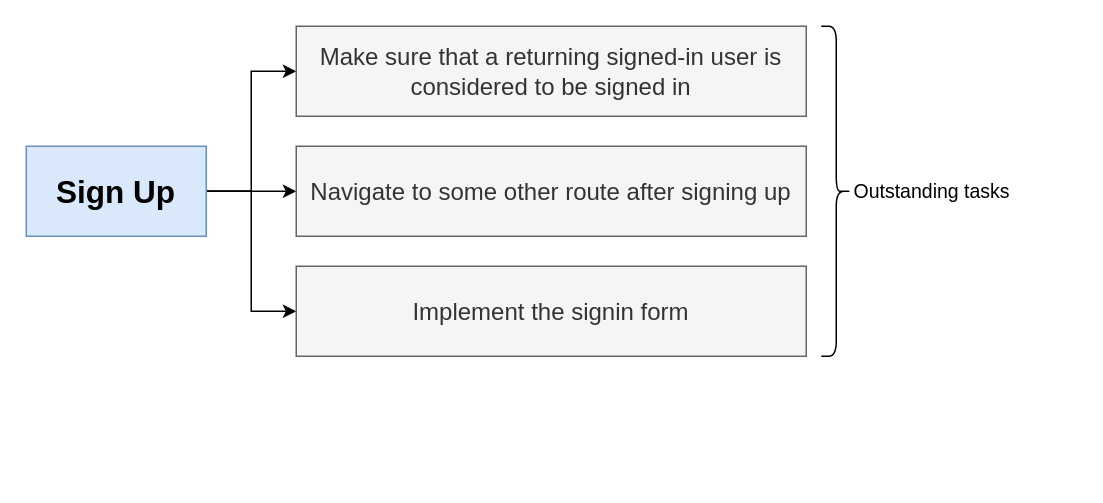
Before: page "21 - dir" (22 of 25) of diagrams/auth/diagrams.drawio in StephenGrider/ng-casts, a draw.io diagram. Source tidied: cells renumbered, new cells numbered last; positions are measured from the earlier drawing's top-left corner, leaving out a move shared by most shapes. Both pictures are drawn from the tidied source at 150%, with x=0, y=0 at pixel (26, 26).
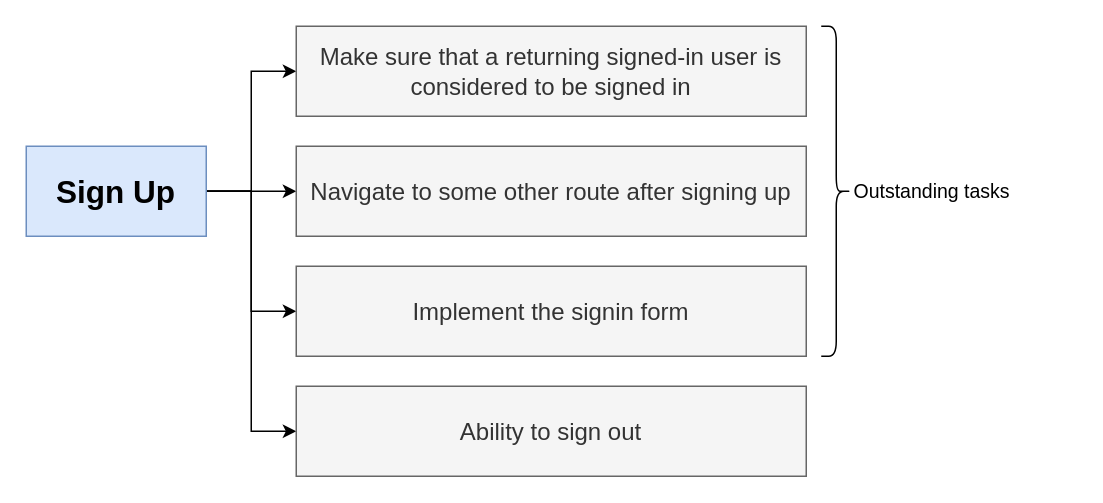
The same page after the edit.

Diff of the diagram source:
```diff
@@
 <mxGraphModel>
   <root>
     <mxCell id="0" />
     <mxCell id="1" parent="0" />
     <mxCell id="2" style="edgeStyle=orthogonalEdgeStyle;rounded=0;jettySize=auto;html=1;exitX=1;exitY=0.5;exitDx=0;exitDy=0;fontSize=16;" parent="1" edge="1" source="5" target="6">
       <mxGeometry relative="1" as="geometry" />
     </mxCell>
     <mxCell id="3" style="edgeStyle=orthogonalEdgeStyle;rounded=0;jettySize=auto;html=1;exitX=1;exitY=0.5;exitDx=0;exitDy=0;entryX=0;entryY=0.5;entryDx=0;entryDy=0;fontSize=16;" parent="1" edge="1" source="5" target="7">
       <mxGeometry relative="1" as="geometry" />
     </mxCell>
     <mxCell id="4" style="edgeStyle=orthogonalEdgeStyle;rounded=0;jettySize=auto;html=1;exitX=1;exitY=0.5;exitDx=0;exitDy=0;entryX=0;entryY=0.5;entryDx=0;entryDy=0;fontSize=16;" parent="1" edge="1" source="5" target="8">
       <mxGeometry relative="1" as="geometry" />
     </mxCell>
+    <mxCell id="11" style="edgeStyle=orthogonalEdgeStyle;rounded=0;jettySize=auto;html=1;exitX=1;exitY=0.5;exitDx=0;exitDy=0;entryX=0;entryY=0.5;entryDx=0;entryDy=0;fontSize=14;" parent="1" edge="1" source="5" target="12">
+      <mxGeometry relative="1" as="geometry" />
+    </mxCell>
     <mxCell id="5" value="Sign Up" style="rounded=0;whiteSpace=wrap;html=1;fontSize=21;align=center;fillColor=#dae8fc;strokeColor=#6c8ebf;fontStyle=1;" parent="1" vertex="1">
       <mxGeometry y="80" width="120" height="60" as="geometry" />
     </mxCell>
     <mxCell id="6" value="Navigate to some other route after signing up" style="rounded=0;whiteSpace=wrap;html=1;fontSize=16;align=center;fillColor=#f5f5f5;strokeColor=#666666;fontColor=#333333;" parent="1" vertex="1">
       <mxGeometry x="180" y="80" width="340" height="60" as="geometry" />
     </mxCell>
     <mxCell id="7" value="Make sure that a returning signed-in user is considered to be signed in" style="rounded=0;whiteSpace=wrap;html=1;fontSize=16;align=center;fillColor=#f5f5f5;strokeColor=#666666;fontColor=#333333;" parent="1" vertex="1">
       <mxGeometry x="180" width="340" height="60" as="geometry" />
     </mxCell>
     <mxCell id="8" value="Implement the signin form" style="rounded=0;whiteSpace=wrap;html=1;fontSize=16;align=center;fillColor=#f5f5f5;strokeColor=#666666;fontColor=#333333;" parent="1" vertex="1">
       <mxGeometry x="180" y="160" width="340" height="60" as="geometry" />
     </mxCell>
     <mxCell id="9" style="shape=curlyBracket;whiteSpace=wrap;html=1;rounded=1;fontSize=21;align=center;rotation=-180;" parent="1" vertex="1">
       <mxGeometry x="530" width="20" height="220" as="geometry" />
     </mxCell>
     <mxCell id="10" value="Outstanding tasks" style="text;html=1;strokeColor=none;fillColor=none;align=left;verticalAlign=middle;whiteSpace=wrap;rounded=0;fontSize=13;" parent="1" vertex="1">
       <mxGeometry x="550" y="100" width="150" height="20" as="geometry" />
     </mxCell>
+    <mxCell id="12" value="Ability to sign out" style="rounded=0;whiteSpace=wrap;html=1;fontSize=16;align=center;fillColor=#f5f5f5;strokeColor=#666666;fontColor=#333333;" parent="1" vertex="1">
+      <mxGeometry x="180" y="240" width="340" height="60" as="geometry" />
+    </mxCell>
   </root>
 </mxGraphModel>
```
